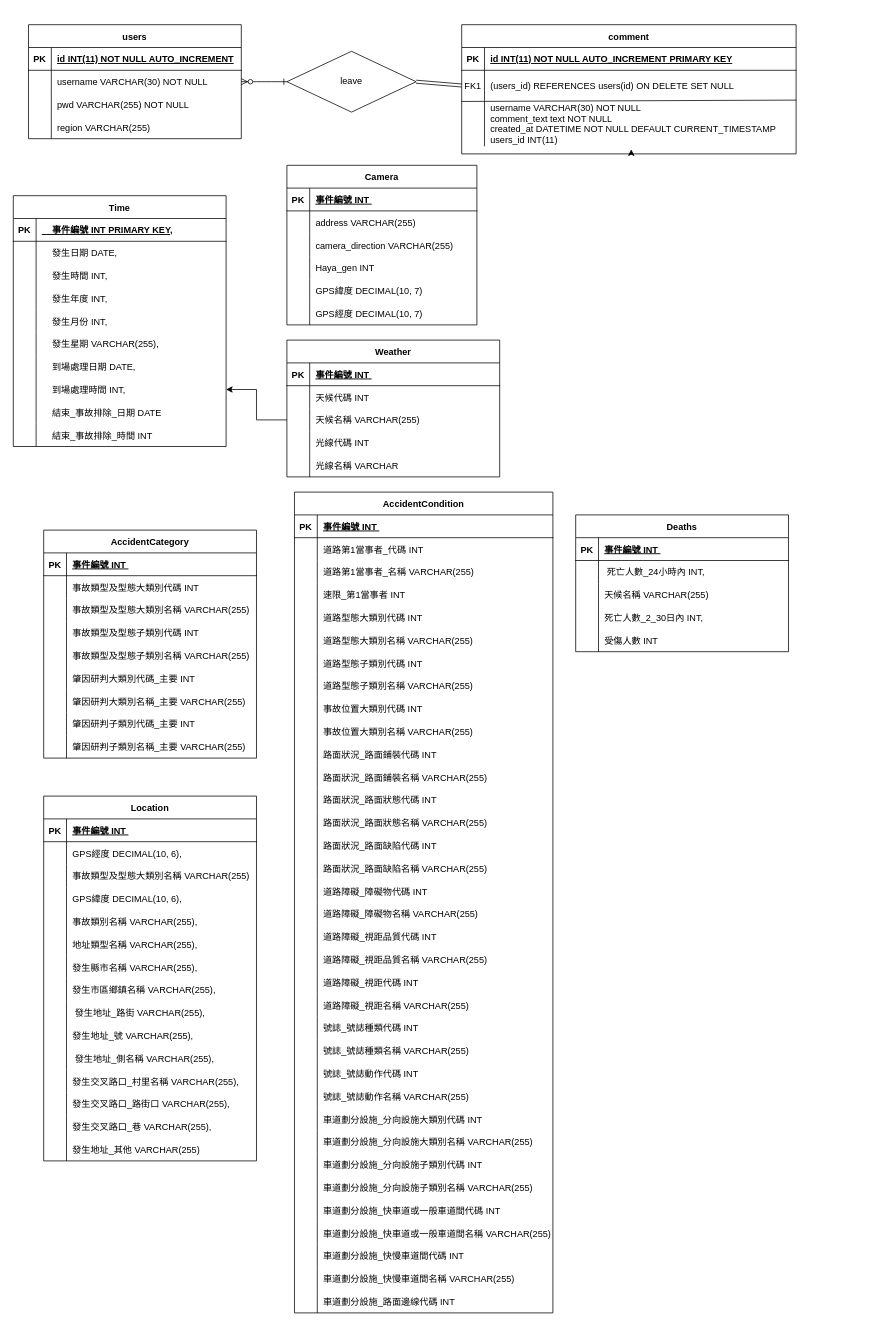
Allenwang2004/DatabaseFinalproject keeps this draw.io diagram as 未命名绘图.drawio. Above is the earlier version. Source tidied: cells renumbered, new cells numbered last; positions are measured from the earlier drawing's top-left corner, leaving out a move shared by most shapes. Both pictures are drawn from the tidied source at 76%, with x=0, y=0 at pixel (13, 24).
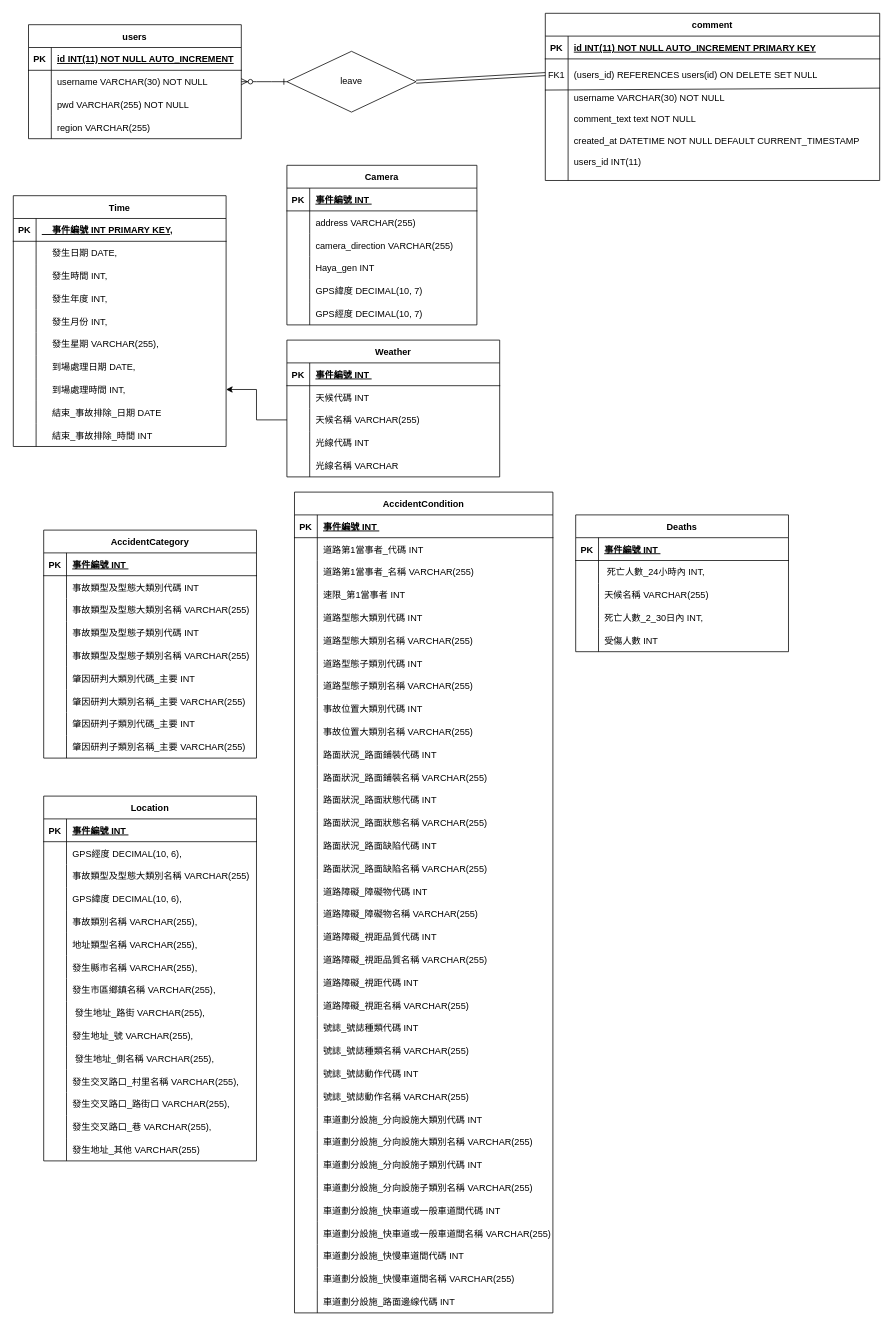
The same page after the edit.

Commit message (it also covers changes not shown here):
更新未命名绘图.drawio

Change to the diagram source:
```diff
@@
     <mxCell id="3" value="comment" style="shape=table;startSize=30;childLayout=tableLayout;rowLines=0;fontStyle=1;align=center;" parent="1" vertex="1">
-      <mxGeometry x="590" width="440" height="170" as="geometry" />
+      <mxGeometry x="700" y="-15" width="440" height="220" as="geometry" />
     </mxCell>
@@
     <mxCell id="10" style="shape=partialRectangle;fillColor=none;points=[[0,0.5],[1,0.5]];portConstraint=eastwest;top=0;left=0;right=0;bottom=0;" parent="3" vertex="1">
-      <mxGeometry y="100" width="440" height="60" as="geometry" />
+      <mxGeometry y="100" width="440" height="120" as="geometry" />
     </mxCell>
     <mxCell id="11" style="shape=partialRectangle;overflow=hidden;fillColor=none;top=0;left=0;bottom=0;right=0;" parent="10" vertex="1">
-      <mxGeometry width="30" height="60" as="geometry" />
+      <mxGeometry width="30" height="120" as="geometry" />
     </mxCell>
-    <mxCell id="12" value="username VARCHAR(30) NOT NULL&#10;comment_text text NOT NULL&#10;created_at DATETIME NOT NULL DEFAULT CURRENT_TIMESTAMP&#10;users_id INT(11)" style="shape=partialRectangle;overflow=hidden;fillColor=none;top=0;left=0;bottom=0;right=0;align=left;spacingLeft=6;" parent="10" vertex="1">
-      <mxGeometry x="30" width="410" height="60" as="geometry" />
+    <mxCell id="12" value="username VARCHAR(30) NOT NULL&#10;&#10;comment_text text NOT NULL&#10;&#10;created_at DATETIME NOT NULL DEFAULT CURRENT_TIMESTAMP&#10;&#10;users_id INT(11)&#10;" style="shape=partialRectangle;overflow=hidden;fillColor=none;top=0;left=0;bottom=0;right=0;align=left;spacingLeft=6;" parent="10" vertex="1">
+      <mxGeometry x="30" width="410" height="120" as="geometry" />
     </mxCell>
@@
-    <mxCell id="14" style="edgeStyle=orthogonalEdgeStyle;rounded=0;jettySize=auto;html=1;exitX=0.5;exitY=1;exitDx=0;exitDy=0;entryX=0.507;entryY=1.067;entryDx=0;entryDy=0;entryPerimeter=0;" parent="3" edge="1" source="3" target="10">
-      <mxGeometry relative="1" as="geometry" />
-    </mxCell>
```
